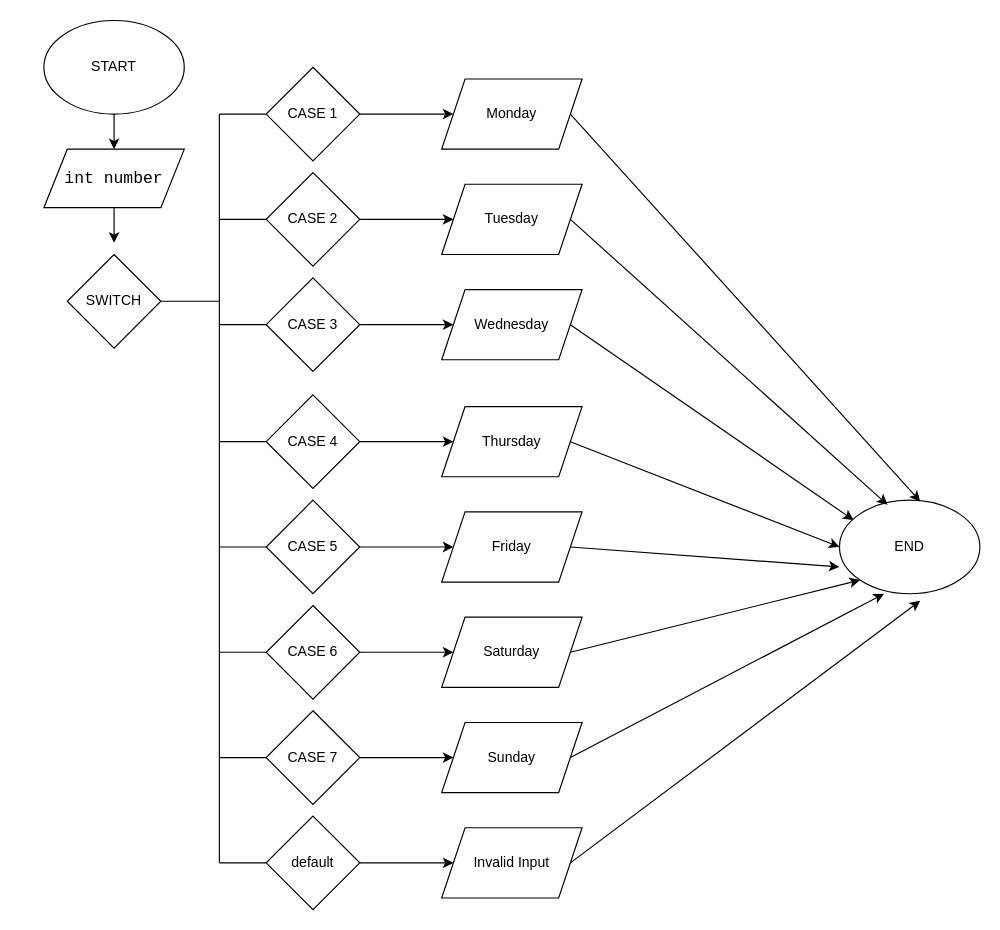
Earlier version of the draw.io diagram Práctico 1 Ejercicio 6.drawio (Kal222000/Diagramas-De-Flujo). Source tidied: cells renumbered, new cells numbered last; positions are measured from the earlier drawing's top-left corner, leaving out a move shared by most shapes. Both pictures are drawn from the tidied source at 117%, with x=0, y=0 at pixel (43, 20).
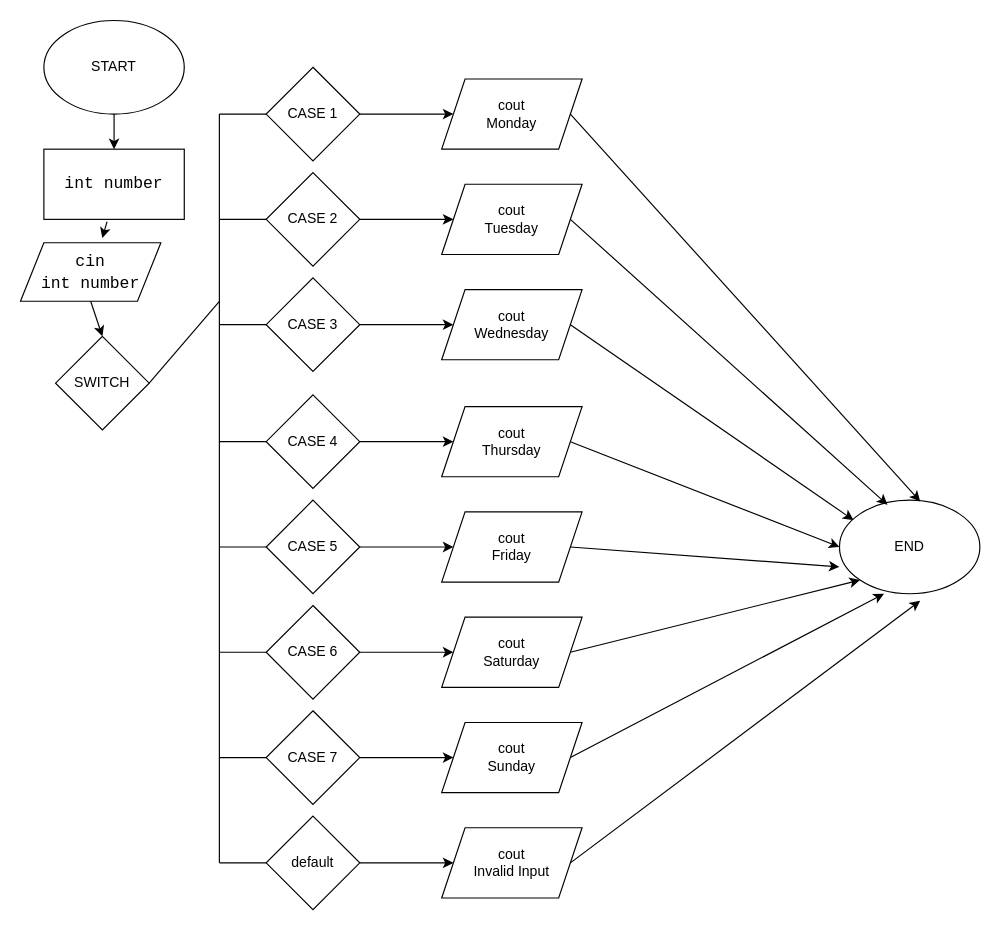
The same diagram, later.

The edit, as a diff of the source:
```diff
@@
-    <mxCell id="4" value="&lt;div style=&quot;font-family: Consolas, &amp;quot;Courier New&amp;quot;, monospace; font-weight: normal; font-size: 14px; line-height: 19px; white-space: pre;&quot;&gt;&lt;div style=&quot;&quot;&gt;int number&lt;/div&gt;&lt;/div&gt;" style="shape=parallelogram;perimeter=parallelogramPerimeter;whiteSpace=wrap;html=1;fixedSize=1;" parent="1" vertex="1">
-      <mxGeometry y="110" width="120" height="50" as="geometry" />
+    <mxCell id="4" value="&lt;div style=&quot;font-family: Consolas, &amp;quot;Courier New&amp;quot;, monospace; font-weight: normal; font-size: 14px; line-height: 19px; white-space: pre;&quot;&gt;&lt;div style=&quot;&quot;&gt;cin&lt;/div&gt;&lt;div style=&quot;&quot;&gt;int number&lt;/div&gt;&lt;/div&gt;" style="shape=parallelogram;perimeter=parallelogramPerimeter;whiteSpace=wrap;html=1;fixedSize=1;" parent="1" vertex="1">
+      <mxGeometry x="-20" y="190" width="120" height="50" as="geometry" />
     </mxCell>
-    <mxCell id="5" style="endArrow=classic;html=1;rounded=0;exitX=0.5;exitY=1;exitDx=0;exitDy=0;" parent="1" edge="1" source="4">
-      <mxGeometry relative="1" as="geometry">
-        <mxPoint x="60" y="190" as="targetPoint" />
-      </mxGeometry>
+    <mxCell id="5" style="endArrow=classic;html=1;rounded=0;exitX=0.5;exitY=1;exitDx=0;exitDy=0;entryX=0.5;entryY=0;entryDx=0;entryDy=0;" parent="1" edge="1" source="4" target="6">
+      <mxGeometry relative="1" as="geometry" />
     </mxCell>
     <mxCell id="6" value="SWITCH" style="rhombus;whiteSpace=wrap;html=1;" parent="1" vertex="1">
-      <mxGeometry x="20" y="200" width="80" height="80" as="geometry" />
+      <mxGeometry x="10" y="270" width="80" height="80" as="geometry" />
     </mxCell>
@@
-    <mxCell id="12" value="Monday" style="shape=parallelogram;perimeter=parallelogramPerimeter;whiteSpace=wrap;html=1;fixedSize=1;" parent="1" vertex="1">
+    <mxCell id="12" value="cout&lt;div&gt;Monday&lt;/div&gt;" style="shape=parallelogram;perimeter=parallelogramPerimeter;whiteSpace=wrap;html=1;fixedSize=1;" parent="1" vertex="1">
       <mxGeometry x="340" y="50" width="120" height="60" as="geometry" />
     </mxCell>
@@
-    <mxCell id="16" value="Tuesday" style="shape=parallelogram;perimeter=parallelogramPerimeter;whiteSpace=wrap;html=1;fixedSize=1;" parent="1" vertex="1">
+    <mxCell id="16" value="cout&lt;div&gt;Tuesday&lt;/div&gt;" style="shape=parallelogram;perimeter=parallelogramPerimeter;whiteSpace=wrap;html=1;fixedSize=1;" parent="1" vertex="1">
       <mxGeometry x="340" y="140" width="120" height="60" as="geometry" />
     </mxCell>
@@
-    <mxCell id="20" value="Wednesday" style="shape=parallelogram;perimeter=parallelogramPerimeter;whiteSpace=wrap;html=1;fixedSize=1;" parent="1" vertex="1">
+    <mxCell id="20" value="cout&lt;div&gt;Wednesday&lt;/div&gt;" style="shape=parallelogram;perimeter=parallelogramPerimeter;whiteSpace=wrap;html=1;fixedSize=1;" parent="1" vertex="1">
       <mxGeometry x="340" y="230" width="120" height="60" as="geometry" />
     </mxCell>
@@
-    <mxCell id="24" value="Thursday" style="shape=parallelogram;perimeter=parallelogramPerimeter;whiteSpace=wrap;html=1;fixedSize=1;" parent="1" vertex="1">
+    <mxCell id="24" value="cout&lt;div&gt;Thursday&lt;/div&gt;" style="shape=parallelogram;perimeter=parallelogramPerimeter;whiteSpace=wrap;html=1;fixedSize=1;" parent="1" vertex="1">
       <mxGeometry x="340" y="330" width="120" height="60" as="geometry" />
     </mxCell>
@@
-    <mxCell id="28" value="Friday" style="shape=parallelogram;perimeter=parallelogramPerimeter;whiteSpace=wrap;html=1;fixedSize=1;" parent="1" vertex="1">
+    <mxCell id="28" value="cout&lt;div&gt;Friday&lt;/div&gt;" style="shape=parallelogram;perimeter=parallelogramPerimeter;whiteSpace=wrap;html=1;fixedSize=1;" parent="1" vertex="1">
       <mxGeometry x="340" y="420" width="120" height="60" as="geometry" />
     </mxCell>
@@
-    <mxCell id="32" value="Saturday" style="shape=parallelogram;perimeter=parallelogramPerimeter;whiteSpace=wrap;html=1;fixedSize=1;" parent="1" vertex="1">
+    <mxCell id="32" value="cout&lt;div&gt;Saturday&lt;/div&gt;" style="shape=parallelogram;perimeter=parallelogramPerimeter;whiteSpace=wrap;html=1;fixedSize=1;" parent="1" vertex="1">
       <mxGeometry x="340" y="510" width="120" height="60" as="geometry" />
     </mxCell>
@@
-    <mxCell id="36" value="Sunday" style="shape=parallelogram;perimeter=parallelogramPerimeter;whiteSpace=wrap;html=1;fixedSize=1;" parent="1" vertex="1">
+    <mxCell id="36" value="cout&lt;div&gt;Sunday&lt;/div&gt;" style="shape=parallelogram;perimeter=parallelogramPerimeter;whiteSpace=wrap;html=1;fixedSize=1;" parent="1" vertex="1">
       <mxGeometry x="340" y="600" width="120" height="60" as="geometry" />
     </mxCell>
@@
-    <mxCell id="40" value="Invalid Input" style="shape=parallelogram;perimeter=parallelogramPerimeter;whiteSpace=wrap;html=1;fixedSize=1;" parent="1" vertex="1">
+    <mxCell id="40" value="cout&lt;div&gt;Invalid Input&lt;/div&gt;" style="shape=parallelogram;perimeter=parallelogramPerimeter;whiteSpace=wrap;html=1;fixedSize=1;" parent="1" vertex="1">
       <mxGeometry x="340" y="690" width="120" height="60" as="geometry" />
     </mxCell>
@@
+    <mxCell id="50" value="&lt;span style=&quot;font-family: Consolas, &amp;quot;Courier New&amp;quot;, monospace; font-size: 14px; white-space: pre;&quot;&gt;int number&lt;/span&gt;" style="rounded=0;whiteSpace=wrap;html=1;" parent="1" vertex="1">
+      <mxGeometry y="110" width="120" height="60" as="geometry" />
+    </mxCell>
+    <mxCell id="51" style="endArrow=classic;html=1;rounded=0;exitX=0.45;exitY=1.033;exitDx=0;exitDy=0;exitPerimeter=0;entryX=0.583;entryY=-0.08;entryDx=0;entryDy=0;entryPerimeter=0;" parent="1" edge="1" source="50" target="4">
+      <mxGeometry relative="1" as="geometry" />
+    </mxCell>
```
